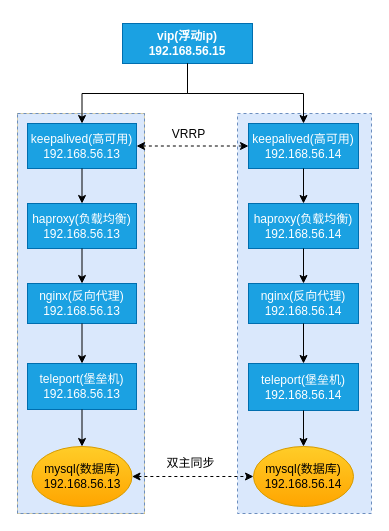
The draw.io diagram doc/teleport.drawio in xiongjungit/teleport_docker_compose, before the edit. Source tidied: cells renumbered, new cells numbered last; positions are measured from the earlier drawing's top-left corner, leaving out a move shared by most shapes. Both pictures are drawn from the tidied source at 100%, with x=0, y=0 at pixel (17, 23).
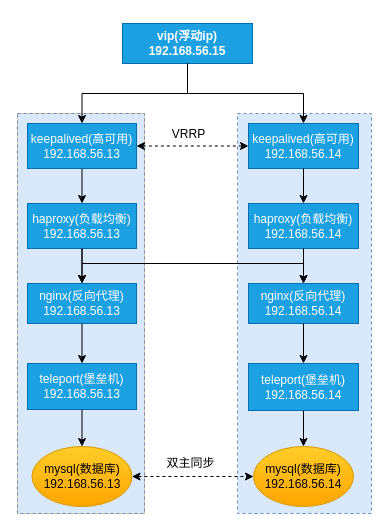
The same page after the edit.

Unchanged cells that the change refers to:
```xml
<mxCell id="5" value="haproxy(负载均衡)&lt;br&gt;192.168.56.13" style="rounded=0;whiteSpace=wrap;html=1;fillColor=#1ba1e2;strokeColor=#006EAF;fontColor=#ffffff;" parent="2" vertex="1">
  <mxGeometry x="10" y="90" width="109" height="45" as="geometry" />
</mxCell>
<mxCell id="7" value="nginx(反向代理)&lt;br&gt;192.168.56.13" style="rounded=0;whiteSpace=wrap;html=1;fillColor=#1ba1e2;strokeColor=#006EAF;fontColor=#ffffff;" parent="2" vertex="1">
  <mxGeometry x="10" y="170" width="109" height="40" as="geometry" />
</mxCell>
<mxCell id="18" value="nginx(反向代理)&lt;br&gt;192.168.56.14" style="rounded=0;whiteSpace=wrap;html=1;fillColor=#1ba1e2;strokeColor=#006EAF;fontColor=#ffffff;" parent="13" vertex="1">
  <mxGeometry x="11" y="170" width="110" height="40" as="geometry" />
</mxCell>
```

Diff of the diagram source:
```diff
@@
+    <mxCell id="32" style="edgeStyle=orthogonalEdgeStyle;rounded=0;jettySize=auto;html=1;entryX=0.5;entryY=0;entryDx=0;entryDy=0;" parent="1" edge="1" target="7">
+      <mxGeometry relative="1" as="geometry">
+        <mxPoint x="231" y="240" as="sourcePoint" />
+        <Array as="points">
+          <mxPoint x="231" y="240" />
+          <mxPoint x="65" y="240" />
+        </Array>
+      </mxGeometry>
+    </mxCell>
+    <mxCell id="33" style="edgeStyle=orthogonalEdgeStyle;rounded=0;jettySize=auto;html=1;exitX=0.5;exitY=1;exitDx=0;exitDy=0;" parent="1" edge="1" source="5" target="18">
+      <mxGeometry relative="1" as="geometry">
+        <Array as="points">
+          <mxPoint x="65" y="240" />
+          <mxPoint x="286" y="240" />
+        </Array>
+      </mxGeometry>
+    </mxCell>
```
